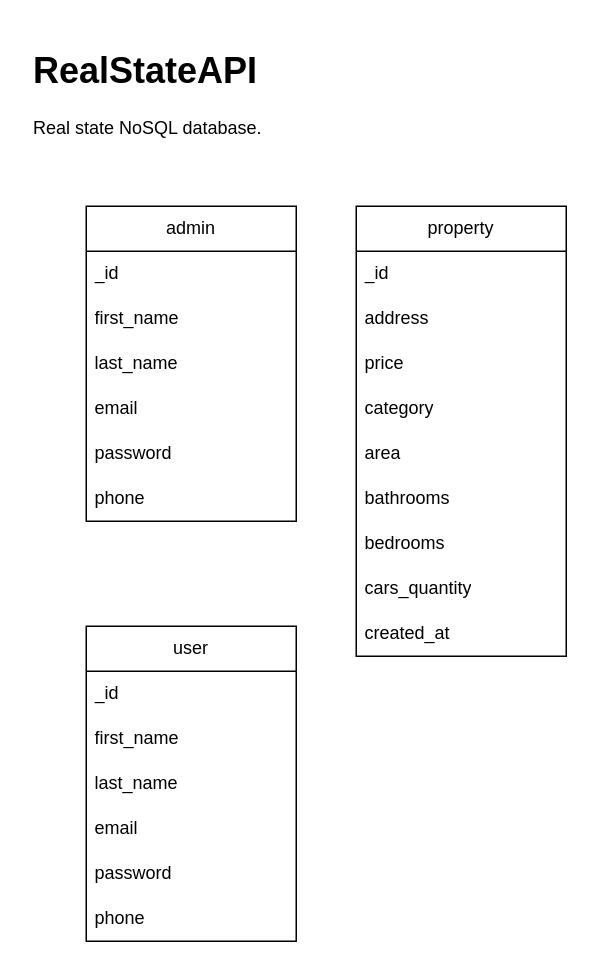
Earlier version of the draw.io diagram database_schema.drawio (Paulooo0/real-estate). Source tidied: cells renumbered, new cells numbered last; positions are measured from the earlier drawing's top-left corner, leaving out a move shared by most shapes. Both pictures are drawn from the tidied source at 150%, with x=0, y=0 at pixel (26, 40).
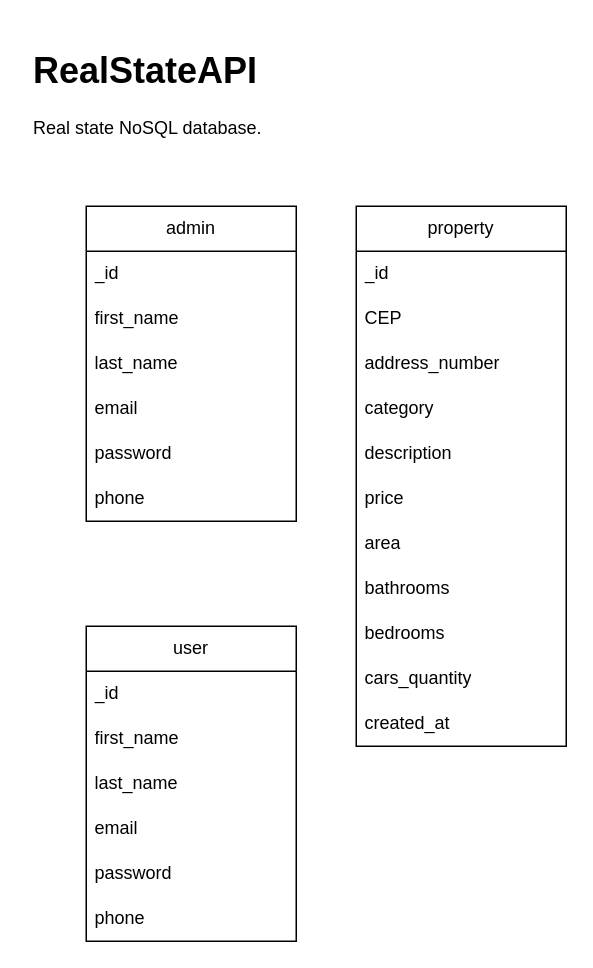
The same diagram, later.

Change to the diagram source:
```diff
@@
     <mxCell id="17" value="property" style="swimlane;fontStyle=0;horizontal=1;startSize=30;whiteSpace=wrap;html=1;" parent="1" vertex="1">
-      <mxGeometry x="220" y="110" width="140" height="300" as="geometry" />
+      <mxGeometry x="220" y="110" width="140" height="360" as="geometry" />
     </mxCell>
@@
-    <mxCell id="19" value="address" style="text;strokeColor=none;fillColor=none;align=left;verticalAlign=middle;spacingLeft=4;spacingRight=4;overflow=hidden;whiteSpace=wrap;html=1;" parent="17" vertex="1">
-      <mxGeometry y="60" width="140" height="30" as="geometry" />
-    </mxCell>
+    <mxCell id="27" value="CEP" style="text;strokeColor=none;fillColor=none;align=left;verticalAlign=middle;spacingLeft=4;spacingRight=4;overflow=hidden;whiteSpace=wrap;html=1;" parent="17" vertex="1">
+      <mxGeometry y="60" width="140" height="30" as="geometry" />
+    </mxCell>
+    <mxCell id="28" value="address_number" style="text;strokeColor=none;fillColor=none;align=left;verticalAlign=middle;spacingLeft=4;spacingRight=4;overflow=hidden;whiteSpace=wrap;html=1;" parent="17" vertex="1">
+      <mxGeometry y="90" width="140" height="30" as="geometry" />
+    </mxCell>
+    <mxCell id="21" value="category" style="text;strokeColor=none;fillColor=none;align=left;verticalAlign=middle;spacingLeft=4;spacingRight=4;overflow=hidden;whiteSpace=wrap;html=1;" parent="17" vertex="1">
+      <mxGeometry y="120" width="140" height="30" as="geometry" />
+    </mxCell>
+    <mxCell id="29" value="description" style="text;strokeColor=none;fillColor=none;align=left;verticalAlign=middle;spacingLeft=4;spacingRight=4;overflow=hidden;whiteSpace=wrap;html=1;" parent="17" vertex="1">
+      <mxGeometry y="150" width="140" height="30" as="geometry" />
+    </mxCell>
     <mxCell id="20" value="price" style="text;strokeColor=none;fillColor=none;align=left;verticalAlign=middle;spacingLeft=4;spacingRight=4;overflow=hidden;whiteSpace=wrap;html=1;" parent="17" vertex="1">
-      <mxGeometry y="90" width="140" height="30" as="geometry" />
+      <mxGeometry y="180" width="140" height="30" as="geometry" />
     </mxCell>
-    <mxCell id="21" value="category" style="text;strokeColor=none;fillColor=none;align=left;verticalAlign=middle;spacingLeft=4;spacingRight=4;overflow=hidden;whiteSpace=wrap;html=1;" parent="17" vertex="1">
-      <mxGeometry y="120" width="140" height="30" as="geometry" />
-    </mxCell>
     <mxCell id="22" value="area" style="text;strokeColor=none;fillColor=none;align=left;verticalAlign=middle;spacingLeft=4;spacingRight=4;overflow=hidden;whiteSpace=wrap;html=1;" parent="17" vertex="1">
-      <mxGeometry y="150" width="140" height="30" as="geometry" />
+      <mxGeometry y="210" width="140" height="30" as="geometry" />
     </mxCell>
     <mxCell id="23" value="bathrooms" style="text;strokeColor=none;fillColor=none;align=left;verticalAlign=middle;spacingLeft=4;spacingRight=4;overflow=hidden;whiteSpace=wrap;html=1;" parent="17" vertex="1">
-      <mxGeometry y="180" width="140" height="30" as="geometry" />
+      <mxGeometry y="240" width="140" height="30" as="geometry" />
     </mxCell>
     <mxCell id="24" value="bedrooms" style="text;strokeColor=none;fillColor=none;align=left;verticalAlign=middle;spacingLeft=4;spacingRight=4;overflow=hidden;whiteSpace=wrap;html=1;" parent="17" vertex="1">
-      <mxGeometry y="210" width="140" height="30" as="geometry" />
+      <mxGeometry y="270" width="140" height="30" as="geometry" />
     </mxCell>
     <mxCell id="25" value="cars_quantity" style="text;strokeColor=none;fillColor=none;align=left;verticalAlign=middle;spacingLeft=4;spacingRight=4;overflow=hidden;whiteSpace=wrap;html=1;" parent="17" vertex="1">
-      <mxGeometry y="240" width="140" height="30" as="geometry" />
+      <mxGeometry y="300" width="140" height="30" as="geometry" />
     </mxCell>
     <mxCell id="26" value="created_at" style="text;strokeColor=none;fillColor=none;align=left;verticalAlign=middle;spacingLeft=4;spacingRight=4;overflow=hidden;whiteSpace=wrap;html=1;" parent="17" vertex="1">
-      <mxGeometry y="270" width="140" height="30" as="geometry" />
+      <mxGeometry y="330" width="140" height="30" as="geometry" />
     </mxCell>
```
